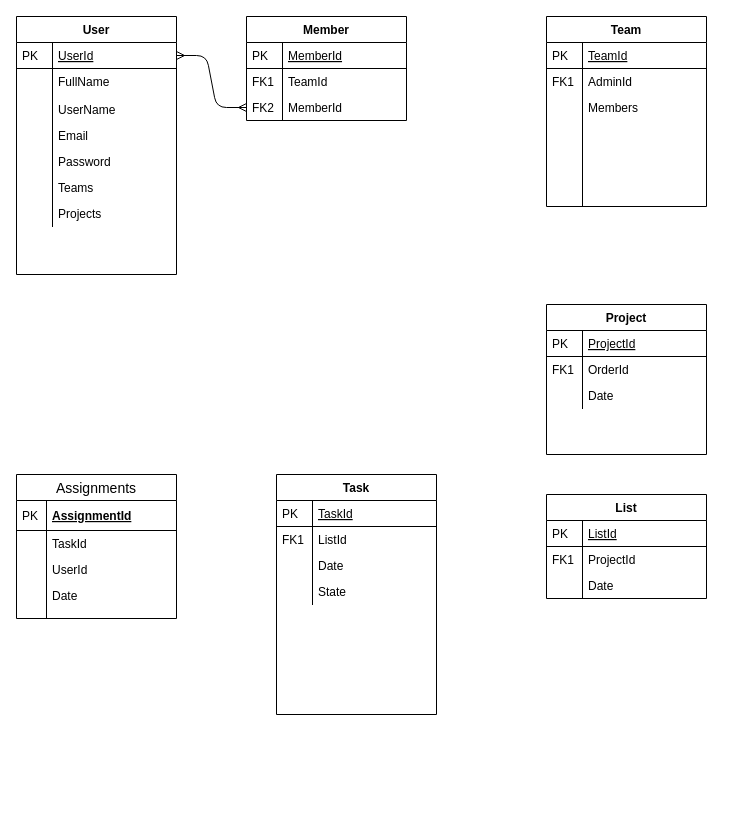
The draw.io diagram docs/database/database.drawio in Mevlutyildirim/task-manager, before the edit. Source tidied: cells renumbered, new cells numbered last; positions are measured from the earlier drawing's top-left corner, leaving out a move shared by most shapes. Both pictures are drawn from the tidied source at 100%, with x=0, y=0 at pixel (16, 16).
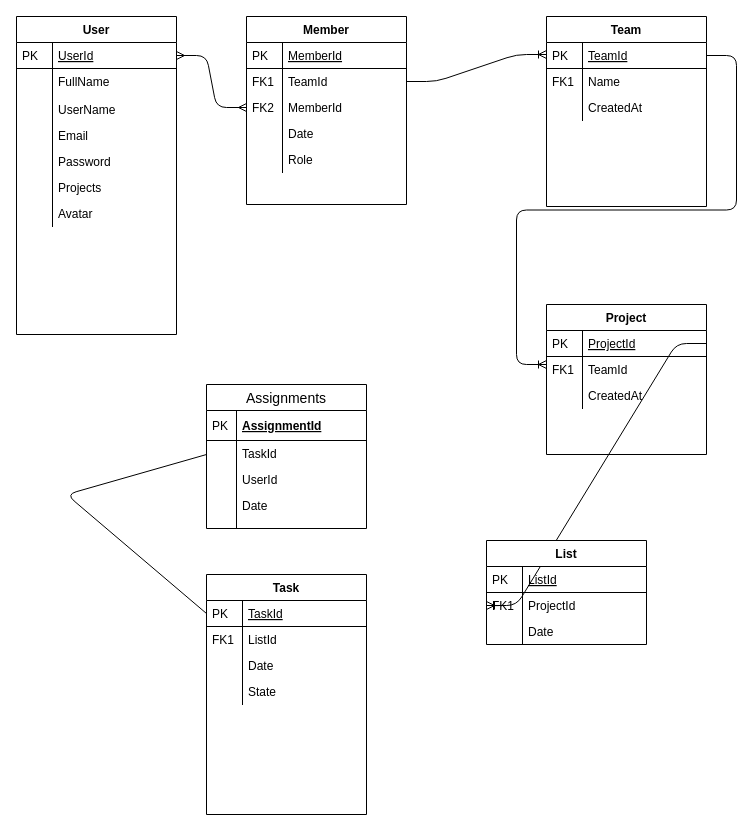
After the change.

The change refers to these unchanged cells:
```xml
<mxCell id="20" value="TeamId" style="shape=partialRectangle;top=0;left=0;right=0;bottom=0;align=left;verticalAlign=top;fillColor=none;spacingLeft=40;spacingRight=4;overflow=hidden;points=[[0,0.5],[1,0.5]];portConstraint=eastwest;rounded=0;shadow=0;strokeWidth=1;" parent="17" vertex="1">
  <mxGeometry y="52" width="160" height="26" as="geometry" />
</mxCell>
<mxCell id="25" value="Team" style="swimlane;fontStyle=1;horizontal=1;startSize=26;rounded=0;shadow=0;strokeWidth=1;" parent="1" vertex="1">
  <mxGeometry x="530" width="160" height="190" as="geometry" />
</mxCell>
<mxCell id="26" value="TeamId" style="shape=partialRectangle;top=0;left=0;right=0;bottom=1;align=left;verticalAlign=top;fillColor=none;spacingLeft=40;spacingRight=4;overflow=hidden;points=[[0,0.5],[1,0.5]];portConstraint=eastwest;rounded=0;shadow=0;strokeWidth=1;fontStyle=4;" parent="25" vertex="1">
  <mxGeometry y="26" width="160" height="26" as="geometry" />
</mxCell>
<mxCell id="32" value="Project" style="swimlane;fontStyle=1;horizontal=1;startSize=26;rounded=0;shadow=0;strokeWidth=1;" parent="1" vertex="1">
  <mxGeometry x="530" y="288" width="160" height="150" as="geometry" />
</mxCell>
<mxCell id="33" value="ProjectId" style="shape=partialRectangle;top=0;left=0;right=0;bottom=1;align=left;verticalAlign=top;fillColor=none;spacingLeft=40;spacingRight=4;overflow=hidden;points=[[0,0.5],[1,0.5]];portConstraint=eastwest;rounded=0;shadow=0;strokeWidth=1;fontStyle=4;" parent="32" vertex="1">
  <mxGeometry y="26" width="160" height="26" as="geometry" />
</mxCell>
<mxCell id="42" value="ProjectId" style="shape=partialRectangle;top=0;left=0;right=0;bottom=0;align=left;verticalAlign=top;fillColor=none;spacingLeft=40;spacingRight=4;overflow=hidden;points=[[0,0.5],[1,0.5]];portConstraint=eastwest;rounded=0;shadow=0;strokeWidth=1;" parent="39" vertex="1">
  <mxGeometry y="52" width="160" height="26" as="geometry" />
</mxCell>
<mxCell id="58" value="TaskId" style="shape=partialRectangle;top=0;left=0;right=0;bottom=1;align=left;verticalAlign=top;fillColor=none;spacingLeft=40;spacingRight=4;overflow=hidden;points=[[0,0.5],[1,0.5]];portConstraint=eastwest;rounded=0;shadow=0;strokeWidth=1;fontStyle=4;" parent="57" vertex="1">
  <mxGeometry y="26" width="160" height="26" as="geometry" />
</mxCell>
```

The edit, as a diff of the source:
```diff
@@
     <mxCell id="2" value="User" style="swimlane;fontStyle=1;horizontal=1;startSize=26;rounded=0;shadow=0;strokeWidth=1;" parent="1" vertex="1">
-      <mxGeometry width="160" height="258" as="geometry" />
+      <mxGeometry width="160" height="318" as="geometry" />
     </mxCell>
@@
-    <mxCell id="13" value="Teams" style="shape=partialRectangle;top=0;left=0;right=0;bottom=0;align=left;verticalAlign=top;fillColor=none;spacingLeft=40;spacingRight=4;overflow=hidden;rounded=0;shadow=0;strokeWidth=1;" parent="2" vertex="1">
-      <mxGeometry y="158" width="160" height="26" as="geometry" />
-    </mxCell>
-    <mxCell id="14" style="shape=partialRectangle;top=0;left=0;bottom=0;fillColor=none;align=left;verticalAlign=top;spacingLeft=4;spacingRight=4;overflow=hidden;" parent="13" vertex="1">
-      <mxGeometry width="36" height="26" as="geometry" />
-    </mxCell>
     <mxCell id="15" value="Projects" style="shape=partialRectangle;top=0;left=0;right=0;bottom=0;align=left;verticalAlign=top;fillColor=none;spacingLeft=40;spacingRight=4;overflow=hidden;rounded=0;shadow=0;strokeWidth=1;" parent="2" vertex="1">
-      <mxGeometry y="184" width="160" height="26" as="geometry" />
+      <mxGeometry y="158" width="160" height="26" as="geometry" />
     </mxCell>
@@
+    <mxCell id="66" value="Avatar" style="shape=partialRectangle;top=0;left=0;right=0;bottom=0;align=left;verticalAlign=top;fillColor=none;spacingLeft=40;spacingRight=4;overflow=hidden;rounded=0;shadow=0;strokeWidth=1;" parent="2" vertex="1">
+      <mxGeometry y="184" width="160" height="26" as="geometry" />
+    </mxCell>
+    <mxCell id="67" style="shape=partialRectangle;top=0;left=0;bottom=0;fillColor=none;align=left;verticalAlign=top;spacingLeft=4;spacingRight=4;overflow=hidden;" parent="66" vertex="1">
+      <mxGeometry width="36" height="26" as="geometry" />
+    </mxCell>
     <mxCell id="17" value="Member" style="swimlane;fontStyle=1;horizontal=1;startSize=26;rounded=0;shadow=0;strokeWidth=1;" parent="1" vertex="1">
-      <mxGeometry x="230" width="160" height="104" as="geometry" />
+      <mxGeometry x="230" width="160" height="188" as="geometry" />
     </mxCell>
@@
+    <mxCell id="68" value="Date" style="shape=partialRectangle;top=0;left=0;right=0;bottom=0;align=left;verticalAlign=top;fillColor=none;spacingLeft=40;spacingRight=4;overflow=hidden;rounded=0;shadow=0;strokeWidth=1;" parent="17" vertex="1">
+      <mxGeometry y="104" width="160" height="26" as="geometry" />
+    </mxCell>
+    <mxCell id="69" style="shape=partialRectangle;top=0;left=0;bottom=0;fillColor=none;align=left;verticalAlign=top;spacingLeft=4;spacingRight=4;overflow=hidden;" parent="68" vertex="1">
+      <mxGeometry width="36" height="26" as="geometry" />
+    </mxCell>
+    <mxCell id="70" value="Role" style="shape=partialRectangle;top=0;left=0;right=0;bottom=0;align=left;verticalAlign=top;fillColor=none;spacingLeft=40;spacingRight=4;overflow=hidden;rounded=0;shadow=0;strokeWidth=1;" parent="17" vertex="1">
+      <mxGeometry y="130" width="160" height="26" as="geometry" />
+    </mxCell>
+    <mxCell id="71" style="shape=partialRectangle;top=0;left=0;bottom=0;fillColor=none;align=left;verticalAlign=top;spacingLeft=4;spacingRight=4;overflow=hidden;" parent="70" vertex="1">
+      <mxGeometry width="36" height="26" as="geometry" />
+    </mxCell>
@@
-    <mxCell id="28" value="AdminId" style="shape=partialRectangle;top=0;left=0;right=0;bottom=0;align=left;verticalAlign=top;fillColor=none;spacingLeft=40;spacingRight=4;overflow=hidden;rounded=0;shadow=0;strokeWidth=1;" parent="25" vertex="1">
+    <mxCell id="28" value="Name" style="shape=partialRectangle;top=0;left=0;right=0;bottom=0;align=left;verticalAlign=top;fillColor=none;spacingLeft=40;spacingRight=4;overflow=hidden;rounded=0;shadow=0;strokeWidth=1;" parent="25" vertex="1">
       <mxGeometry y="52" width="160" height="26" as="geometry" />
     </mxCell>
@@
-    <mxCell id="30" value="Members" style="shape=partialRectangle;top=0;left=0;right=0;bottom=0;align=left;verticalAlign=top;fillColor=none;spacingLeft=40;spacingRight=4;overflow=hidden;rounded=0;shadow=0;strokeWidth=1;" parent="25" vertex="1">
-      <mxGeometry y="78" width="160" height="112" as="geometry" />
-    </mxCell>
-    <mxCell id="31" style="shape=partialRectangle;top=0;left=0;bottom=0;fillColor=none;align=left;verticalAlign=top;spacingLeft=4;spacingRight=4;overflow=hidden;" parent="30" vertex="1">
-      <mxGeometry width="36" height="112" as="geometry" />
-    </mxCell>
@@
-    <mxCell id="35" value="OrderId" style="shape=partialRectangle;top=0;left=0;right=0;bottom=0;align=left;verticalAlign=top;fillColor=none;spacingLeft=40;spacingRight=4;overflow=hidden;rounded=0;shadow=0;strokeWidth=1;" parent="32" vertex="1">
+    <mxCell id="35" value="TeamId" style="shape=partialRectangle;top=0;left=0;right=0;bottom=0;align=left;verticalAlign=top;fillColor=none;spacingLeft=40;spacingRight=4;overflow=hidden;rounded=0;shadow=0;strokeWidth=1;" parent="32" vertex="1">
       <mxGeometry y="52" width="160" height="26" as="geometry" />
     </mxCell>
@@
-    <mxCell id="37" value="Date" style="shape=partialRectangle;top=0;left=0;right=0;bottom=0;align=left;verticalAlign=top;fillColor=none;spacingLeft=40;spacingRight=4;overflow=hidden;rounded=0;shadow=0;strokeWidth=1;" parent="32" vertex="1">
+    <mxCell id="37" value="CreatedAt" style="shape=partialRectangle;top=0;left=0;right=0;bottom=0;align=left;verticalAlign=top;fillColor=none;spacingLeft=40;spacingRight=4;overflow=hidden;rounded=0;shadow=0;strokeWidth=1;" parent="32" vertex="1">
       <mxGeometry y="78" width="160" height="26" as="geometry" />
     </mxCell>
@@
+    <mxCell id="72" style="edgeStyle=entityRelationEdgeStyle;fontSize=12;html=1;endArrow=ERoneToMany;exitX=1;exitY=0.5;exitDx=0;exitDy=0;" parent="1" edge="1" source="20">
+      <mxGeometry relative="1" as="geometry">
+        <mxPoint x="530" y="38" as="targetPoint" />
+      </mxGeometry>
+    </mxCell>
+    <mxCell id="73" value="CreatedAt" style="shape=partialRectangle;top=0;left=0;right=0;bottom=0;align=left;verticalAlign=top;fillColor=none;spacingLeft=40;spacingRight=4;overflow=hidden;rounded=0;shadow=0;strokeWidth=1;" parent="1" vertex="1">
+      <mxGeometry x="530" y="78" width="160" height="26" as="geometry" />
+    </mxCell>
+    <mxCell id="74" style="shape=partialRectangle;top=0;left=0;bottom=0;fillColor=none;align=left;verticalAlign=top;spacingLeft=4;spacingRight=4;overflow=hidden;" parent="73" vertex="1">
+      <mxGeometry width="36" height="26" as="geometry" />
+    </mxCell>
+    <mxCell id="75" style="edgeStyle=entityRelationEdgeStyle;fontSize=12;html=1;endArrow=ERoneToMany;" parent="1" edge="1" source="26">
+      <mxGeometry relative="1" as="geometry">
+        <mxPoint x="530" y="348" as="targetPoint" />
+      </mxGeometry>
+    </mxCell>
+    <mxCell id="76" style="edgeStyle=entityRelationEdgeStyle;fontSize=12;html=1;endArrow=ERoneToMany;entryX=0;entryY=0.5;entryDx=0;entryDy=0;exitX=1;exitY=0.5;exitDx=0;exitDy=0;" parent="1" edge="1" source="33" target="42">
+      <mxGeometry relative="1" as="geometry" />
+    </mxCell>
     <mxCell id="39" value="List" style="swimlane;fontStyle=1;horizontal=1;startSize=26;rounded=0;shadow=0;strokeWidth=1;" parent="1" vertex="1">
-      <mxGeometry x="530" y="478" width="160" height="104" as="geometry" />
+      <mxGeometry x="470" y="524" width="160" height="104" as="geometry" />
     </mxCell>
@@
     <mxCell id="46" value="Assignments" style="swimlane;fontStyle=0;horizontal=1;startSize=26;align=center;fontSize=14;" parent="1" vertex="1">
-      <mxGeometry y="458" width="160" height="144" as="geometry" />
+      <mxGeometry x="190" y="368" width="160" height="144" as="geometry" />
     </mxCell>
@@
     <mxCell id="57" value="Task" style="swimlane;fontStyle=1;horizontal=1;startSize=26;rounded=0;shadow=0;strokeWidth=1;" parent="1" vertex="1">
-      <mxGeometry x="260" y="458" width="160" height="240" as="geometry" />
+      <mxGeometry x="190" y="558" width="160" height="240" as="geometry" />
     </mxCell>
@@
+    <mxCell id="77" style="endArrow=none;html=1;fontSize=12;exitX=0;exitY=0.5;exitDx=0;exitDy=0;" parent="1" edge="1" source="58">
+      <mxGeometry relative="1" as="geometry">
+        <mxPoint x="190" y="438" as="targetPoint" />
+        <Array as="points">
+          <mxPoint x="50" y="478" />
+        </Array>
+      </mxGeometry>
+    </mxCell>
```
